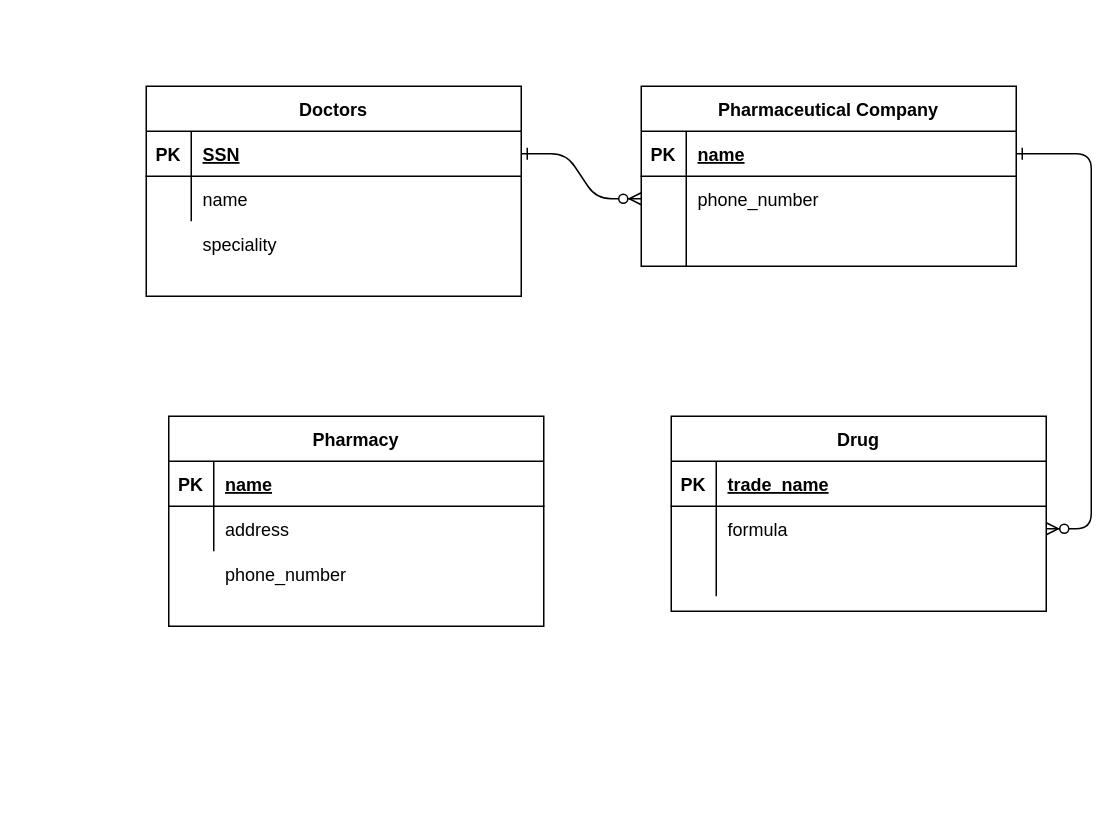
Earlier version of the draw.io diagram Untitled Diagram.drawio (anureetkaur99/programming_fundamentals). Source tidied: cells renumbered, new cells numbered last; positions are measured from the earlier drawing's top-left corner, leaving out a move shared by most shapes. Both pictures are drawn from the tidied source at 150%, with x=0, y=0 at pixel (146, 86).
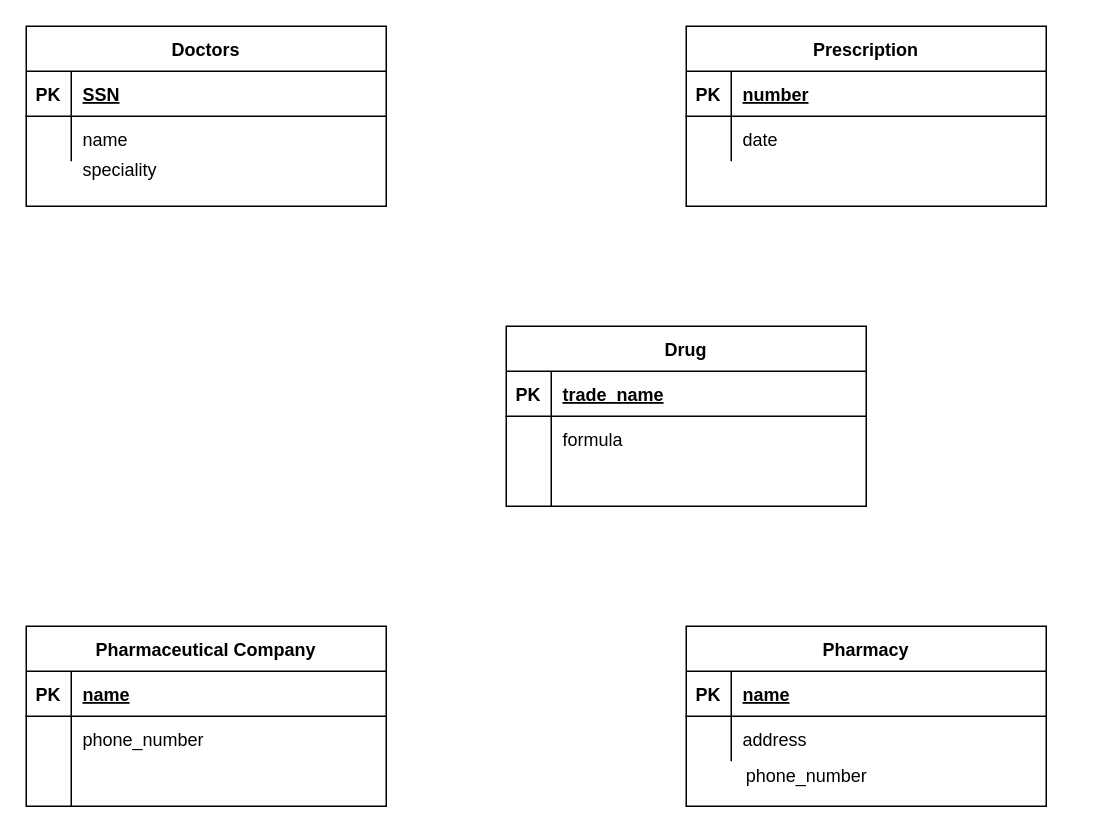
Above is the later version.

Diff of the diagram source:
```diff
@@
-    <mxCell id="2" style="edgeStyle=entityRelationEdgeStyle;endArrow=ERzeroToMany;startArrow=ERone;endFill=1;startFill=0;" parent="1" edge="1" source="25" target="8">
-      <mxGeometry relative="1" as="geometry" />
-    </mxCell>
-    <mxCell id="3" style="edgeStyle=entityRelationEdgeStyle;endArrow=ERzeroToMany;startArrow=ERone;endFill=1;startFill=0;" parent="1" edge="1" source="5" target="18">
-      <mxGeometry relative="1" as="geometry" />
-    </mxCell>
     <mxCell id="4" value="Pharmaceutical Company" style="shape=table;startSize=30;childLayout=tableLayout;rowLines=0;fontStyle=1;align=center;" parent="1" vertex="1">
-      <mxGeometry x="330" width="250" height="120" as="geometry" />
+      <mxGeometry x="-80" y="360" width="240" height="120" as="geometry" />
     </mxCell>
     <mxCell id="5" style="shape=partialRectangle;fillColor=none;points=[[0,0.5],[1,0.5]];portConstraint=eastwest;top=0;left=0;right=0;bottom=1;" parent="4" vertex="1">
-      <mxGeometry y="30" width="250" height="30" as="geometry" />
+      <mxGeometry y="30" width="240" height="30" as="geometry" />
     </mxCell>
@@
     <mxCell id="7" value="name" style="shape=partialRectangle;overflow=hidden;fillColor=none;top=0;left=0;bottom=0;right=0;align=left;spacingLeft=6;fontStyle=5;" parent="5" vertex="1">
-      <mxGeometry x="30" width="220" height="30" as="geometry" />
+      <mxGeometry x="30" width="210" height="30" as="geometry" />
     </mxCell>
     <mxCell id="8" style="shape=partialRectangle;fillColor=none;points=[[0,0.5],[1,0.5]];portConstraint=eastwest;top=0;left=0;right=0;bottom=0;" parent="4" vertex="1">
-      <mxGeometry y="60" width="250" height="30" as="geometry" />
+      <mxGeometry y="60" width="240" height="30" as="geometry" />
     </mxCell>
@@
     <mxCell id="10" value="phone_number" style="shape=partialRectangle;overflow=hidden;fillColor=none;top=0;left=0;bottom=0;right=0;align=left;spacingLeft=6;" parent="8" vertex="1">
-      <mxGeometry x="30" width="220" height="30" as="geometry" />
+      <mxGeometry x="30" width="210" height="30" as="geometry" />
     </mxCell>
     <mxCell id="11" style="shape=partialRectangle;fillColor=none;top=0;left=0;right=0;bottom=0;" parent="4" vertex="1">
-      <mxGeometry y="90" width="250" height="30" as="geometry" />
+      <mxGeometry y="90" width="240" height="30" as="geometry" />
     </mxCell>
@@
     <mxCell id="13" style="shape=partialRectangle;overflow=hidden;fillColor=none;top=0;left=0;bottom=0;right=0;align=left;spacingLeft=6;" parent="11" vertex="1">
-      <mxGeometry x="30" width="220" height="30" as="geometry" />
+      <mxGeometry x="30" width="210" height="30" as="geometry" />
     </mxCell>
     <mxCell id="14" value="Drug" style="shape=table;startSize=30;childLayout=tableLayout;rowLines=0;fontStyle=1;align=center;" parent="1" vertex="1">
-      <mxGeometry x="350" y="220" width="250" height="130" as="geometry" />
+      <mxGeometry x="240" y="160" width="240" height="120" as="geometry" />
     </mxCell>
     <mxCell id="15" style="shape=partialRectangle;fillColor=none;top=0;left=0;right=0;bottom=1;" parent="14" vertex="1">
-      <mxGeometry y="30" width="250" height="30" as="geometry" />
+      <mxGeometry y="30" width="240" height="30" as="geometry" />
     </mxCell>
@@
     <mxCell id="17" value="trade_name" style="shape=partialRectangle;overflow=hidden;fillColor=none;top=0;left=0;bottom=0;right=0;align=left;spacingLeft=6;fontStyle=5;" parent="15" vertex="1">
-      <mxGeometry x="30" width="220" height="30" as="geometry" />
+      <mxGeometry x="30" width="210" height="30" as="geometry" />
     </mxCell>
     <mxCell id="18" style="shape=partialRectangle;fillColor=none;points=[[0,0.5],[1,0.5]];portConstraint=eastwest;top=0;left=0;right=0;bottom=0;" parent="14" vertex="1">
-      <mxGeometry y="60" width="250" height="30" as="geometry" />
+      <mxGeometry y="60" width="240" height="30" as="geometry" />
     </mxCell>
@@
     <mxCell id="20" value="formula" style="shape=partialRectangle;overflow=hidden;fillColor=none;top=0;left=0;bottom=0;right=0;align=left;spacingLeft=6;" parent="18" vertex="1">
-      <mxGeometry x="30" width="220" height="30" as="geometry" />
+      <mxGeometry x="30" width="210" height="30" as="geometry" />
     </mxCell>
     <mxCell id="21" style="shape=partialRectangle;fillColor=none;top=0;left=0;right=0;bottom=0;" parent="14" vertex="1">
-      <mxGeometry y="90" width="250" height="30" as="geometry" />
+      <mxGeometry y="90" width="240" height="30" as="geometry" />
     </mxCell>
@@
     <mxCell id="23" style="shape=partialRectangle;overflow=hidden;fillColor=none;top=0;left=0;bottom=0;right=0;align=left;spacingLeft=6;" parent="21" vertex="1">
-      <mxGeometry x="30" width="220" height="30" as="geometry" />
+      <mxGeometry x="30" width="210" height="30" as="geometry" />
     </mxCell>
     <mxCell id="24" value="Doctors" style="shape=table;startSize=30;childLayout=tableLayout;rowLines=0;fontStyle=1;align=center;" parent="1" vertex="1">
-      <mxGeometry width="250" height="140" as="geometry" />
+      <mxGeometry x="-80" y="-40" width="240" height="120" as="geometry" />
     </mxCell>
     <mxCell id="25" style="shape=partialRectangle;fillColor=none;points=[[0,0.5],[1,0.5]];portConstraint=eastwest;top=0;left=0;right=0;bottom=1;" parent="24" vertex="1">
-      <mxGeometry y="30" width="250" height="30" as="geometry" />
+      <mxGeometry y="30" width="240" height="30" as="geometry" />
     </mxCell>
@@
     <mxCell id="27" value="SSN" style="shape=partialRectangle;overflow=hidden;fillColor=none;top=0;left=0;bottom=0;right=0;align=left;spacingLeft=6;fontStyle=5;" parent="25" vertex="1">
-      <mxGeometry x="30" width="220" height="30" as="geometry" />
+      <mxGeometry x="30" width="210" height="30" as="geometry" />
     </mxCell>
     <mxCell id="28" style="shape=partialRectangle;fillColor=none;top=0;left=0;right=0;bottom=0;" parent="24" vertex="1">
-      <mxGeometry y="60" width="250" height="30" as="geometry" />
+      <mxGeometry y="60" width="240" height="30" as="geometry" />
     </mxCell>
@@
     <mxCell id="30" value="name" style="shape=partialRectangle;overflow=hidden;fillColor=none;top=0;left=0;bottom=0;right=0;align=left;spacingLeft=6;" parent="28" vertex="1">
-      <mxGeometry x="30" width="220" height="30" as="geometry" />
+      <mxGeometry x="30" width="210" height="30" as="geometry" />
     </mxCell>
     <mxCell id="31" value="speciality" style="shape=partialRectangle;overflow=hidden;fillColor=none;top=0;left=0;bottom=0;right=0;align=left;spacingLeft=6;" parent="1" vertex="1">
-      <mxGeometry x="30" y="90" width="220" height="30" as="geometry" />
+      <mxGeometry x="-50" y="40" width="220" height="30" as="geometry" />
     </mxCell>
     <mxCell id="32" value="Pharmacy" style="shape=table;startSize=30;childLayout=tableLayout;rowLines=0;fontStyle=1;align=center;" parent="1" vertex="1">
-      <mxGeometry x="15" y="220" width="250" height="140" as="geometry" />
+      <mxGeometry x="360" y="360" width="240" height="120" as="geometry" />
     </mxCell>
     <mxCell id="33" style="shape=partialRectangle;fillColor=none;top=0;left=0;right=0;bottom=1;" parent="32" vertex="1">
-      <mxGeometry y="30" width="250" height="30" as="geometry" />
+      <mxGeometry y="30" width="240" height="30" as="geometry" />
     </mxCell>
@@
     <mxCell id="35" value="name" style="shape=partialRectangle;overflow=hidden;fillColor=none;top=0;left=0;bottom=0;right=0;align=left;spacingLeft=6;fontStyle=5;" parent="33" vertex="1">
-      <mxGeometry x="30" width="220" height="30" as="geometry" />
+      <mxGeometry x="30" width="210" height="30" as="geometry" />
     </mxCell>
     <mxCell id="36" style="shape=partialRectangle;fillColor=none;top=0;left=0;right=0;bottom=0;" parent="32" vertex="1">
-      <mxGeometry y="60" width="250" height="30" as="geometry" />
+      <mxGeometry y="60" width="240" height="30" as="geometry" />
     </mxCell>
@@
     <mxCell id="38" value="address" style="shape=partialRectangle;overflow=hidden;fillColor=none;top=0;left=0;bottom=0;right=0;align=left;spacingLeft=6;" parent="36" vertex="1">
-      <mxGeometry x="30" width="220" height="30" as="geometry" />
+      <mxGeometry x="30" width="210" height="30" as="geometry" />
     </mxCell>
+    <mxCell id="40" value="Prescription" style="shape=table;startSize=30;childLayout=tableLayout;rowLines=0;fontStyle=1;align=center;" parent="1" vertex="1">
+      <mxGeometry x="360" y="-40" width="240" height="120" as="geometry" />
+    </mxCell>
+    <mxCell id="41" style="shape=partialRectangle;fillColor=none;top=0;left=0;right=0;bottom=1;" parent="40" vertex="1">
+      <mxGeometry y="30" width="240" height="30" as="geometry" />
+    </mxCell>
+    <mxCell id="42" value="PK" style="shape=partialRectangle;overflow=hidden;fillColor=none;top=0;left=0;bottom=0;right=0;fontStyle=1;" parent="41" vertex="1">
+      <mxGeometry width="30" height="30" as="geometry" />
+    </mxCell>
+    <mxCell id="43" value="number" style="shape=partialRectangle;overflow=hidden;fillColor=none;top=0;left=0;bottom=0;right=0;align=left;spacingLeft=6;fontStyle=5;" parent="41" vertex="1">
+      <mxGeometry x="30" width="210" height="30" as="geometry" />
+    </mxCell>
+    <mxCell id="44" style="shape=partialRectangle;fillColor=none;top=0;left=0;right=0;bottom=0;" parent="40" vertex="1">
+      <mxGeometry y="60" width="240" height="30" as="geometry" />
+    </mxCell>
+    <mxCell id="45" style="shape=partialRectangle;overflow=hidden;fillColor=none;top=0;left=0;bottom=0;right=0;" parent="44" vertex="1">
+      <mxGeometry width="30" height="30" as="geometry" />
+    </mxCell>
+    <mxCell id="46" value="date" style="shape=partialRectangle;overflow=hidden;fillColor=none;top=0;left=0;bottom=0;right=0;align=left;spacingLeft=6;" parent="44" vertex="1">
+      <mxGeometry x="30" width="210" height="30" as="geometry" />
+    </mxCell>
-    <mxCell id="39" value="phone_number" style="shape=partialRectangle;overflow=hidden;fillColor=none;top=0;left=0;bottom=0;right=0;align=left;spacingLeft=6;" parent="1" vertex="1">
-      <mxGeometry x="45" y="310" width="220" height="30" as="geometry" />
+    <mxCell id="39" value="phone_number" style="text;html=1;align=center;verticalAlign=middle;" parent="1" vertex="1">
+      <mxGeometry x="390" y="450" width="100" height="20" as="geometry" />
     </mxCell>
```
